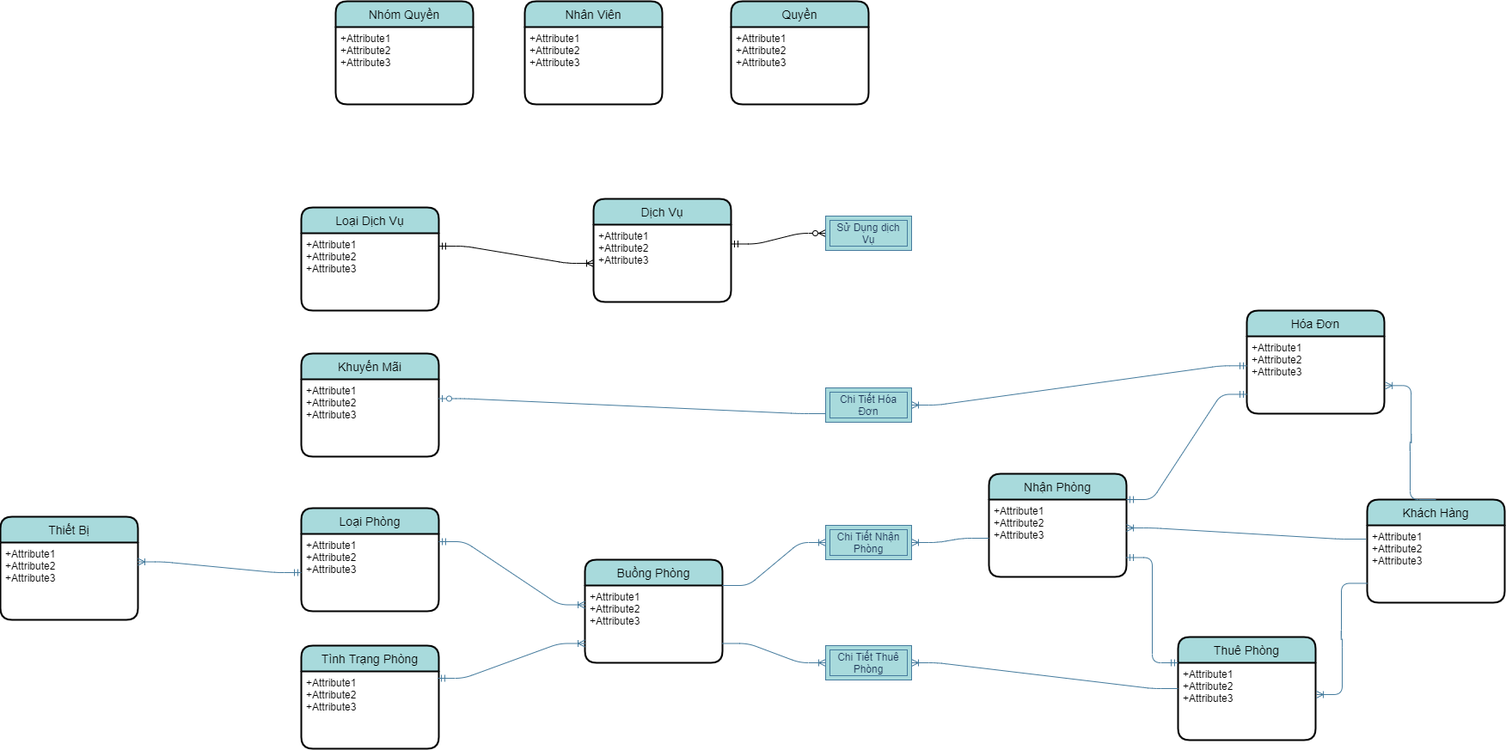
Before: EntityRelationship-QLKS.png, a diagram exported from draw.io (maialino123/QLKS). Source tidied: cells renumbered, new cells last; positions are measured from the earlier drawing's top-left corner, leaving out a move shared by most shapes.
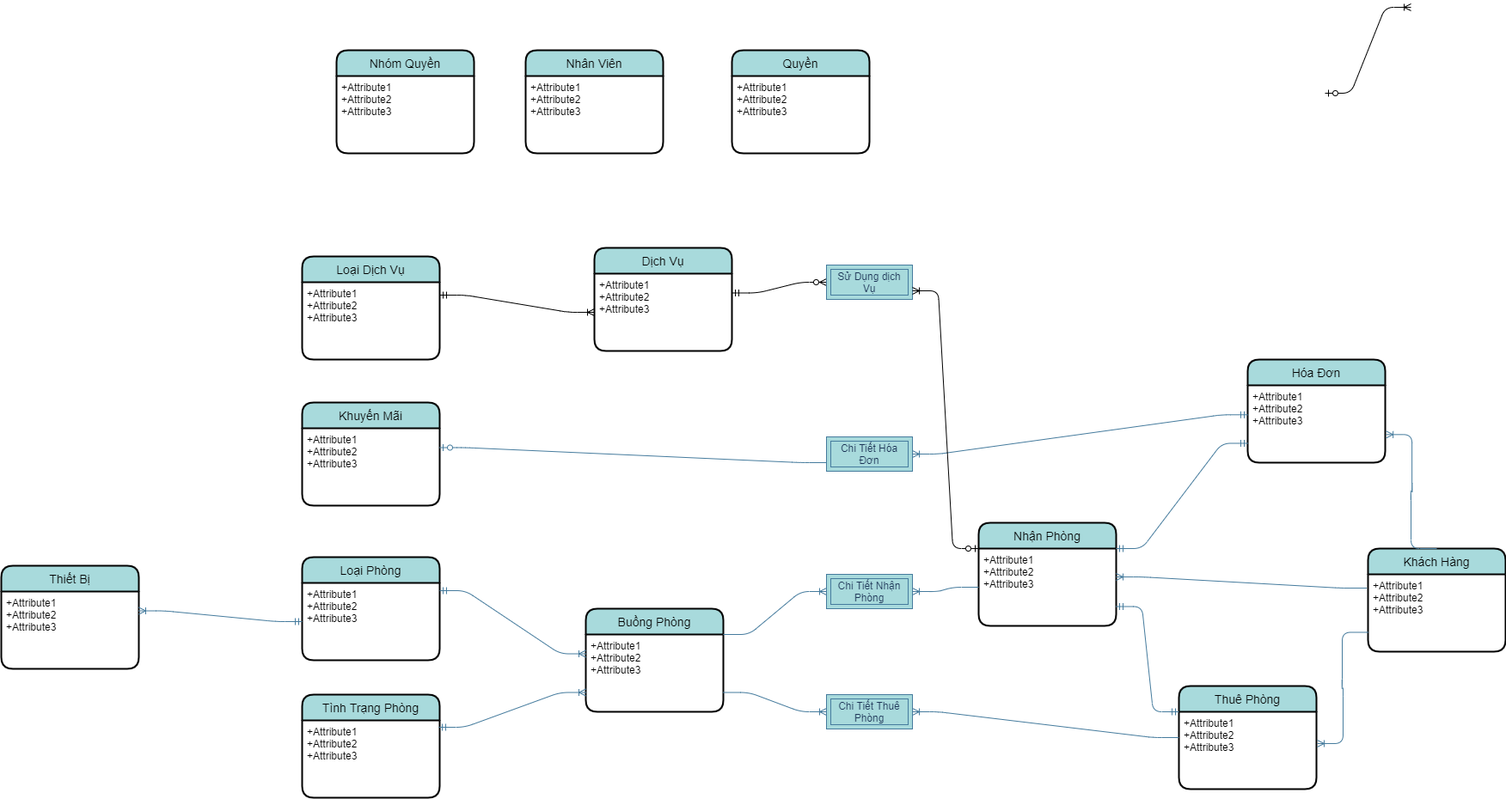
After the change.

What changed in the source:
```diff
@@ -45,7 +45,7 @@
       <mxGeometry y="30" width="160" height="90" as="geometry" />
     </mxCell>
     <mxCell id="16" value="Nhận Phòng" style="swimlane;horizontal=1;startSize=30;rounded=1;fontSize=14;fontStyle=0;strokeWidth=2;shadow=0;dashed=0;align=center;fillColor=#A8DADC;" parent="1" vertex="1">
-      <mxGeometry x="1150" y="550" width="160" height="120" as="geometry" />
+      <mxGeometry x="1137" y="550" width="160" height="120" as="geometry" />
     </mxCell>
     <mxCell id="17" value="+Attribute1&#10;+Attribute2&#10;+Attribute3" style="align=left;strokeColor=none;fillColor=none;spacingLeft=4;fontSize=12;verticalAlign=top;" parent="16" vertex="1">
       <mxGeometry y="30" width="160" height="90" as="geometry" />
@@ -146,5 +146,14 @@
     <mxCell id="49" value="Sử Dụng dịch Vụ" style="shape=ext;margin=3;double=1;whiteSpace=wrap;html=1;align=center;strokeColor=#457B9D;fillColor=#A8DADC;fontColor=#1D3557;" parent="1" vertex="1">
       <mxGeometry x="960" y="250" width="100" height="40" as="geometry" />
     </mxCell>
+    <mxCell id="50" style="edgeStyle=entityRelationEdgeStyle;fontSize=12;html=1;endArrow=ERoneToMany;startArrow=ERzeroToOne;" parent="1" edge="1">
+      <mxGeometry relative="1" as="geometry">
+        <mxPoint x="1540" y="50" as="sourcePoint" />
+        <mxPoint x="1640" y="-50" as="targetPoint" />
+      </mxGeometry>
+    </mxCell>
+    <mxCell id="51" style="edgeStyle=entityRelationEdgeStyle;fontSize=12;html=1;endArrow=ERoneToMany;startArrow=ERzeroToOne;exitX=0;exitY=0.25;exitDx=0;exitDy=0;entryX=1;entryY=0.75;entryDx=0;entryDy=0;" parent="1" edge="1" source="16" target="49">
+      <mxGeometry relative="1" as="geometry" />
+    </mxCell>
   </root>
 </mxGraphModel>
```
